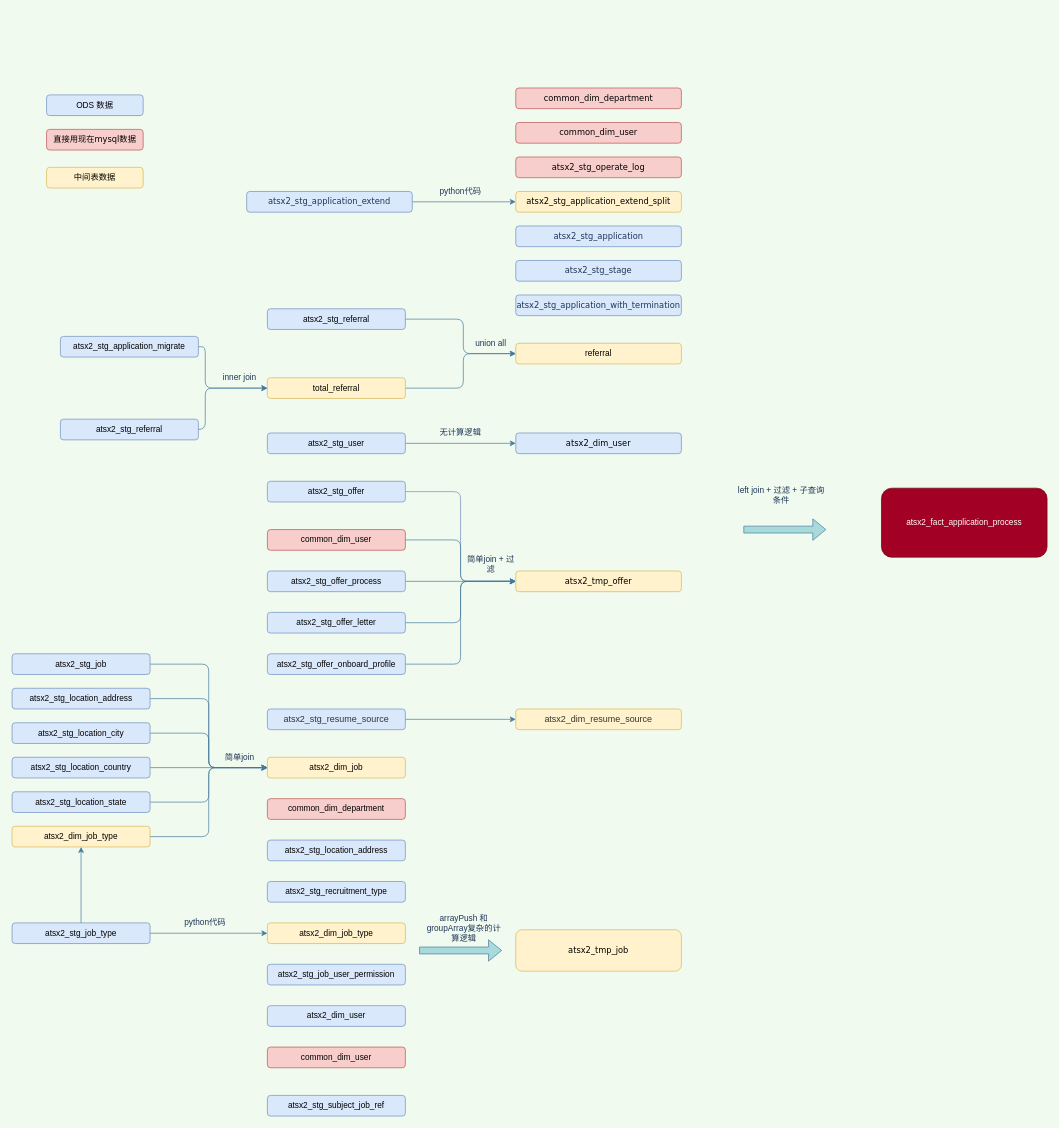
The draw.io diagram atsx_data_flow.drawio in cicelprg/drawio, before the edit. Source tidied: cells renumbered, new cells numbered last; positions are measured from the earlier drawing's top-left corner, leaving out a move shared by most shapes. Both pictures are drawn from the tidied source at 69%, with x=0, y=0 at pixel (12, 88).
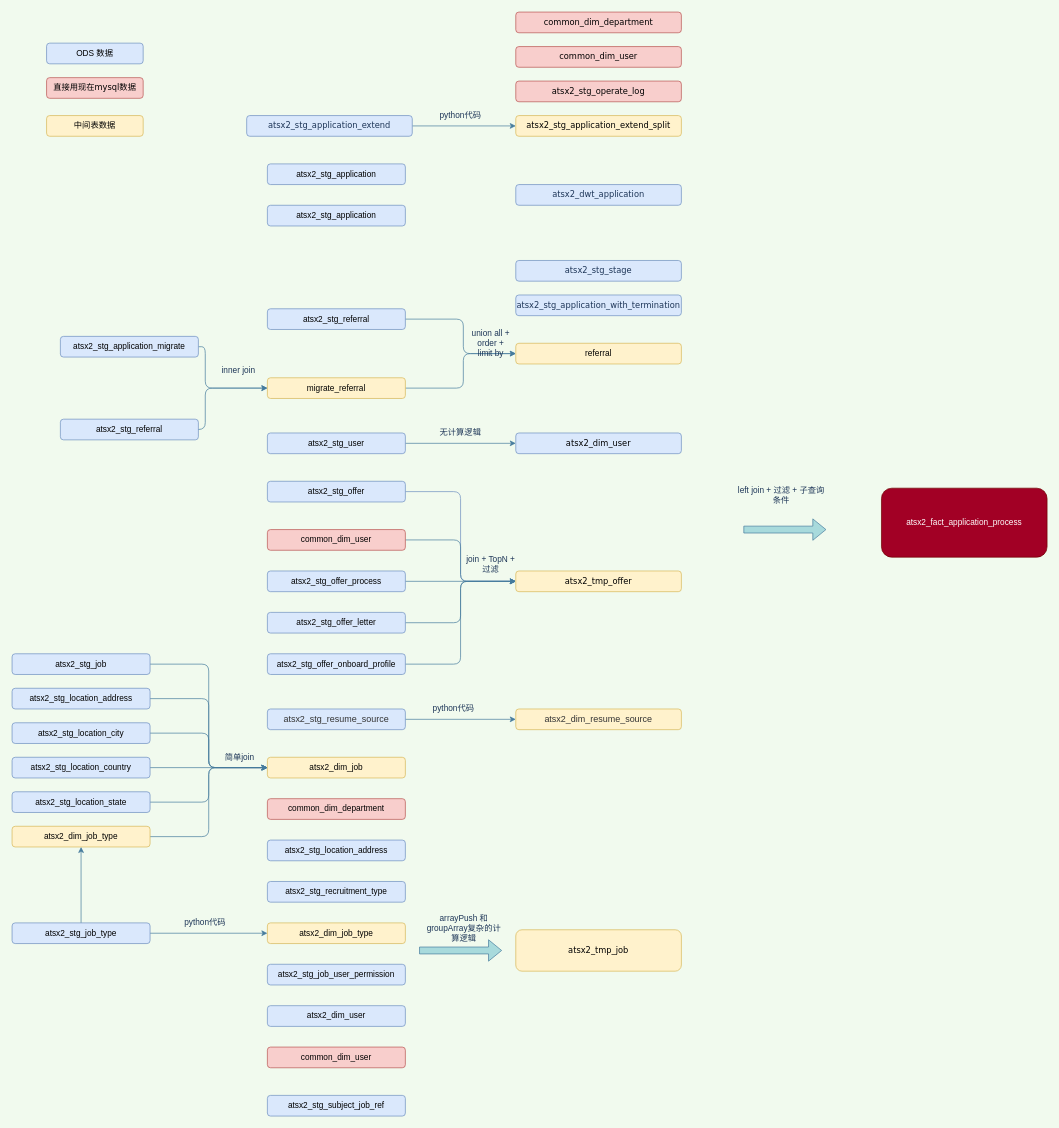
After the change.

Diff of the diagram source:
```diff
@@
-    <mxCell id="7" value="total_referral" style="rounded=1;whiteSpace=wrap;html=1;sketch=0;strokeColor=#d6b656;fillColor=#fff2cc;" parent="1" vertex="1">
+    <mxCell id="7" value="migrate_referral" style="rounded=1;whiteSpace=wrap;html=1;sketch=0;strokeColor=#d6b656;fillColor=#fff2cc;" parent="1" vertex="1">
       <mxGeometry x="370" y="420" width="200" height="30" as="geometry" />
     </mxCell>
-    <mxCell id="8" value="inner join" style="text;html=1;strokeColor=none;fillColor=none;align=center;verticalAlign=middle;whiteSpace=wrap;rounded=0;sketch=0;fontColor=#1D3557;" parent="1" vertex="1">
-      <mxGeometry x="300" y="410" width="60" height="20" as="geometry" />
+    <mxCell id="8" value="inner join&amp;nbsp;" style="text;html=1;strokeColor=none;fillColor=none;align=center;verticalAlign=middle;whiteSpace=wrap;rounded=0;sketch=0;fontColor=#1D3557;" parent="1" vertex="1">
+      <mxGeometry x="300" y="400" width="60" height="20" as="geometry" />
     </mxCell>
@@
-    <mxCell id="12" value="union all" style="text;html=1;strokeColor=none;fillColor=none;align=center;verticalAlign=middle;whiteSpace=wrap;rounded=0;sketch=0;fontColor=#1D3557;" parent="1" vertex="1">
+    <mxCell id="12" value="union all + order + limit by" style="text;html=1;strokeColor=none;fillColor=none;align=center;verticalAlign=middle;whiteSpace=wrap;rounded=0;sketch=0;fontColor=#1D3557;" parent="1" vertex="1">
       <mxGeometry x="664" y="360" width="60" height="20" as="geometry" />
     </mxCell>
     <mxCell id="13" value="&lt;span style=&quot;font-family: &amp;#34;verdana&amp;#34;&quot;&gt;atsx2_stg_application_extend_split&lt;/span&gt;" style="rounded=1;whiteSpace=wrap;html=1;sketch=0;strokeColor=#d6b656;fillColor=#fff2cc;" parent="1" vertex="1">
-      <mxGeometry x="730" y="150" width="240" height="30" as="geometry" />
+      <mxGeometry x="730" y="40" width="240" height="30" as="geometry" />
     </mxCell>
-    <mxCell id="14" value="&lt;span style=&quot;font-family: &amp;#34;verdana&amp;#34;&quot;&gt;atsx2_stg_application&lt;/span&gt;" style="rounded=1;whiteSpace=wrap;html=1;sketch=0;strokeColor=#6c8ebf;fillColor=#dae8fc;fontColor=#1D3557;" parent="1" vertex="1">
-      <mxGeometry x="730" y="200" width="240" height="30" as="geometry" />
+    <mxCell id="14" value="&lt;span style=&quot;font-family: &amp;#34;verdana&amp;#34;&quot;&gt;atsx2_dwt_application&lt;/span&gt;" style="rounded=1;whiteSpace=wrap;html=1;sketch=0;strokeColor=#6c8ebf;fillColor=#dae8fc;fontColor=#1D3557;" parent="1" vertex="1">
+      <mxGeometry x="730" y="140" width="240" height="30" as="geometry" />
     </mxCell>
     <mxCell id="15" value="&lt;span style=&quot;font-family: &amp;#34;verdana&amp;#34;&quot;&gt;common_dim_user&lt;/span&gt;" style="rounded=1;whiteSpace=wrap;html=1;sketch=0;strokeColor=#b85450;fillColor=#f8cecc;" parent="1" vertex="1">
-      <mxGeometry x="730" y="50" width="240" height="30" as="geometry" />
+      <mxGeometry x="730" y="-60" width="240" height="30" as="geometry" />
     </mxCell>
@@
     <mxCell id="21" value="&lt;font face=&quot;verdana&quot;&gt;common_dim_department&lt;/font&gt;" style="rounded=1;whiteSpace=wrap;html=1;sketch=0;strokeColor=#b85450;fillColor=#f8cecc;" parent="1" vertex="1">
-      <mxGeometry x="730" width="240" height="30" as="geometry" />
+      <mxGeometry x="730" y="-110" width="240" height="30" as="geometry" />
     </mxCell>
@@
     <mxCell id="23" value="&lt;font face=&quot;verdana&quot;&gt;atsx2_stg_operate_log&lt;/font&gt;" style="rounded=1;whiteSpace=wrap;html=1;sketch=0;strokeColor=#b85450;fillColor=#f8cecc;" parent="1" vertex="1">
-      <mxGeometry x="730" y="100" width="240" height="30" as="geometry" />
+      <mxGeometry x="730" y="-10" width="240" height="30" as="geometry" />
     </mxCell>
@@
     <mxCell id="63" value="ODS 数据" style="rounded=1;whiteSpace=wrap;html=1;sketch=0;strokeColor=#6c8ebf;fillColor=#dae8fc;" parent="1" vertex="1">
-      <mxGeometry x="50" y="10" width="140" height="30" as="geometry" />
+      <mxGeometry x="50" y="-65" width="140" height="30" as="geometry" />
     </mxCell>
     <mxCell id="64" value="&lt;font face=&quot;verdana&quot;&gt;直接用现在mysql数据&lt;/font&gt;" style="rounded=1;whiteSpace=wrap;html=1;sketch=0;strokeColor=#b85450;fillColor=#f8cecc;" parent="1" vertex="1">
-      <mxGeometry x="50" y="60" width="140" height="30" as="geometry" />
+      <mxGeometry x="50" y="-15" width="140" height="30" as="geometry" />
     </mxCell>
     <mxCell id="65" value="&lt;font face=&quot;verdana&quot;&gt;中间表数据&lt;/font&gt;" style="rounded=1;whiteSpace=wrap;html=1;sketch=0;strokeColor=#d6b656;fillColor=#fff2cc;" parent="1" vertex="1">
-      <mxGeometry x="50" y="115" width="140" height="30" as="geometry" />
+      <mxGeometry x="50" y="40" width="140" height="30" as="geometry" />
     </mxCell>
-    <mxCell id="66" value="简单join + 过滤" style="text;html=1;strokeColor=none;fillColor=none;align=center;verticalAlign=middle;whiteSpace=wrap;rounded=0;sketch=0;fontColor=#1D3557;" parent="1" vertex="1">
+    <mxCell id="66" value="join + TopN + 过滤" style="text;html=1;strokeColor=none;fillColor=none;align=center;verticalAlign=middle;whiteSpace=wrap;rounded=0;sketch=0;fontColor=#1D3557;" parent="1" vertex="1">
       <mxGeometry x="654" y="680" width="80" height="20" as="geometry" />
     </mxCell>
@@
     <mxCell id="71" value="&lt;span style=&quot;font-family: &amp;#34;verdana&amp;#34;&quot;&gt;atsx2_stg_application_extend&lt;/span&gt;" style="rounded=1;whiteSpace=wrap;html=1;sketch=0;strokeColor=#6c8ebf;fillColor=#dae8fc;fontColor=#1D3557;" parent="1" vertex="1">
-      <mxGeometry x="340" y="150" width="240" height="30" as="geometry" />
+      <mxGeometry x="340" y="40" width="240" height="30" as="geometry" />
     </mxCell>
     <mxCell id="72" value="python代码" style="text;html=1;strokeColor=none;fillColor=none;align=center;verticalAlign=middle;whiteSpace=wrap;rounded=0;sketch=0;fontColor=#1D3557;" parent="1" vertex="1">
-      <mxGeometry x="610" y="140" width="80" height="20" as="geometry" />
+      <mxGeometry x="610" y="30" width="80" height="20" as="geometry" />
     </mxCell>
@@
+    <mxCell id="77" value="python代码" style="text;html=1;strokeColor=none;fillColor=none;align=center;verticalAlign=middle;whiteSpace=wrap;rounded=0;sketch=0;fontColor=#1D3557;" parent="1" vertex="1">
+      <mxGeometry x="600" y="890" width="80" height="20" as="geometry" />
+    </mxCell>
+    <mxCell id="78" value="atsx2_stg_application" style="rounded=1;whiteSpace=wrap;html=1;sketch=0;strokeColor=#6c8ebf;fillColor=#dae8fc;" parent="1" vertex="1">
+      <mxGeometry x="370" y="110" width="200" height="30" as="geometry" />
+    </mxCell>
+    <mxCell id="79" value="atsx2_stg_application" style="rounded=1;whiteSpace=wrap;html=1;sketch=0;strokeColor=#6c8ebf;fillColor=#dae8fc;" parent="1" vertex="1">
+      <mxGeometry x="370" y="170" width="200" height="30" as="geometry" />
+    </mxCell>
```
